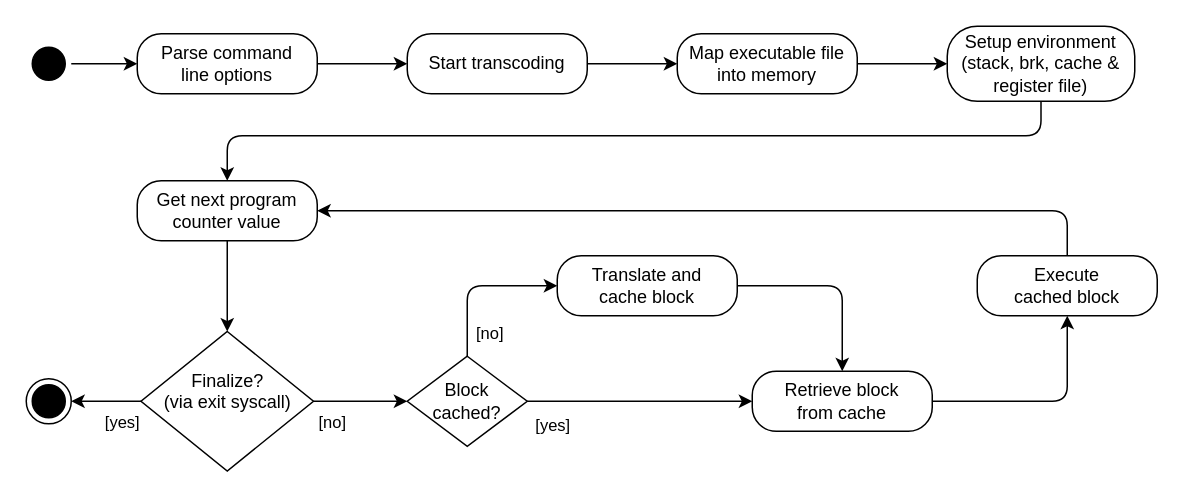
Above: documentation/intermediate/diagrams/strategy.drawio in ria-jit/ria-jit (draw.io), before the change. Source tidied: cells renumbered, new cells numbered last; positions are measured from the earlier drawing's top-left corner, leaving out a move shared by most shapes. Both pictures are drawn from the tidied source at 150%, with x=0, y=0 at pixel (26, 26).
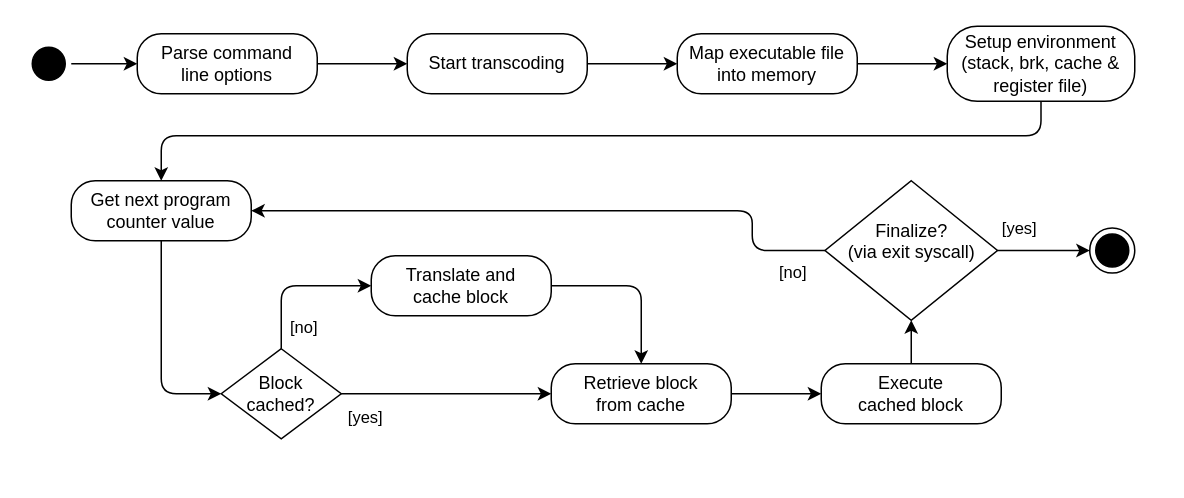
The same page after the edit.

Commit message (it also covers changes not shown here):
reword activity diagram as do..while loop

The change refers to these unchanged cells:
```xml
<mxCell id="11" value="Setup environment (stack, brk, cache &amp;amp; register file)" style="rounded=1;whiteSpace=wrap;html=1;arcSize=40;" parent="1" vertex="1">
  <mxGeometry x="614" width="125" height="50" as="geometry" />
</mxCell>
```

What changed in the source:
```diff
@@
     <mxCell id="10" style="edgeStyle=orthogonalEdgeStyle;rounded=1;jettySize=auto;html=1;entryX=0.5;entryY=0;entryDx=0;entryDy=0;" parent="1" edge="1" source="11" target="19">
       <mxGeometry relative="1" as="geometry">
         <Array as="points">
           <mxPoint x="677" y="73" />
-          <mxPoint x="134" y="73" />
+          <mxPoint x="90" y="73" />
         </Array>
       </mxGeometry>
     </mxCell>
@@
-    <mxCell id="12" style="edgeStyle=orthogonalEdgeStyle;rounded=1;jettySize=auto;html=1;entryX=0;entryY=0.5;entryDx=0;entryDy=0;" parent="1" edge="1" source="16" target="26">
-      <mxGeometry relative="1" as="geometry" />
-    </mxCell>
+    <mxCell id="31" style="edgeStyle=orthogonalEdgeStyle;jettySize=auto;html=1;entryX=1;entryY=0.5;entryDx=0;entryDy=0;rounded=1;" parent="1" edge="1" source="16" target="19">
+      <mxGeometry relative="1" as="geometry">
+        <Array as="points">
+          <mxPoint x="484" y="150" />
+          <mxPoint x="484" y="123" />
+        </Array>
+      </mxGeometry>
+    </mxCell>
-    <mxCell id="13" value="[no]" style="edgeLabel;html=1;align=center;verticalAlign=middle;" parent="12" vertex="1">
-      <mxGeometry x="-0.55" y="-2" relative="1" as="geometry">
-        <mxPoint x="-1.8" y="11" as="offset" />
+    <mxCell id="13" value="[no]" style="edgeLabel;html=1;align=center;verticalAlign=middle;" parent="31" vertex="1">
+      <mxGeometry x="-0.9" y="1" relative="1" as="geometry">
+        <mxPoint x="-2" y="12.5" as="offset" />
       </mxGeometry>
     </mxCell>
-    <mxCell id="14" style="edgeStyle=orthogonalEdgeStyle;rounded=1;jettySize=auto;html=1;" parent="1" edge="1" source="16" target="17">
+    <mxCell id="14" style="edgeStyle=orthogonalEdgeStyle;rounded=1;jettySize=auto;html=1;entryX=0;entryY=0.5;entryDx=0;entryDy=0;" parent="1" edge="1" source="16" target="17">
       <mxGeometry relative="1" as="geometry" />
     </mxCell>
     <mxCell id="15" value="[yes]" style="edgeLabel;html=1;align=center;verticalAlign=middle;" parent="14" vertex="1">
-      <mxGeometry x="-0.43" relative="1" as="geometry">
-        <mxPoint y="13" as="offset" />
+      <mxGeometry x="-0.56" y="3" relative="1" as="geometry">
+        <mxPoint y="-12" as="offset" />
       </mxGeometry>
     </mxCell>
-    <mxCell id="16" value="Finalize?&lt;br&gt;(via exit syscall)" style="rhombus;whiteSpace=wrap;html=1;labelPosition=center;verticalLabelPosition=middle;align=center;verticalAlign=top;spacingTop=19;" parent="1" vertex="1">
-      <mxGeometry x="76.5" y="203.5" width="115" height="93" as="geometry" />
+    <mxCell id="16" value="Finalize?&lt;br&gt;(via exit syscall)" style="rhombus;whiteSpace=wrap;html=1;labelPosition=center;verticalLabelPosition=middle;align=center;verticalAlign=top;spacingTop=20;" parent="1" vertex="1">
+      <mxGeometry x="532.5" y="103" width="115" height="93" as="geometry" />
     </mxCell>
     <mxCell id="17" style="ellipse;html=1;shape=endState;fillColor=#000000;" parent="1" vertex="1">
-      <mxGeometry y="235" width="30" height="30" as="geometry" />
+      <mxGeometry x="709" y="134.5" width="30" height="30" as="geometry" />
     </mxCell>
-    <mxCell id="18" style="edgeStyle=orthogonalEdgeStyle;rounded=1;jettySize=auto;html=1;entryX=0.5;entryY=0;entryDx=0;entryDy=0;" parent="1" edge="1" source="19" target="16">
-      <mxGeometry relative="1" as="geometry" />
+    <mxCell id="18" style="edgeStyle=orthogonalEdgeStyle;rounded=1;jettySize=auto;html=1;entryX=0;entryY=0.5;entryDx=0;entryDy=0;" parent="1" edge="1" source="19" target="26">
+      <mxGeometry relative="1" as="geometry">
+        <Array as="points">
+          <mxPoint x="90" y="245" />
+        </Array>
+      </mxGeometry>
     </mxCell>
     <mxCell id="19" value="Get next program counter value" style="rounded=1;whiteSpace=wrap;html=1;arcSize=40;" parent="1" vertex="1">
-      <mxGeometry x="74" y="103" width="120" height="40" as="geometry" />
+      <mxGeometry x="30" y="103" width="120" height="40" as="geometry" />
     </mxCell>
-    <mxCell id="20" style="edgeStyle=orthogonalEdgeStyle;rounded=1;jettySize=auto;html=1;entryX=0.5;entryY=1;entryDx=0;entryDy=0;" parent="1" edge="1" source="21" target="30">
+    <mxCell id="20" style="edgeStyle=orthogonalEdgeStyle;rounded=1;jettySize=auto;html=1;entryX=0;entryY=0.5;entryDx=0;entryDy=0;" parent="1" edge="1" source="21" target="30">
       <mxGeometry relative="1" as="geometry" />
     </mxCell>
     <mxCell id="21" value="Retrieve block&lt;br&gt;from cache" style="rounded=1;whiteSpace=wrap;html=1;arcSize=40;" parent="1" vertex="1">
-      <mxGeometry x="484" y="230" width="120" height="40" as="geometry" />
+      <mxGeometry x="350" y="225" width="120" height="40" as="geometry" />
     </mxCell>
@@
     <mxCell id="26" value="Block cached?" style="rhombus;whiteSpace=wrap;html=1;" parent="1" vertex="1">
-      <mxGeometry x="254" y="220" width="80" height="60" as="geometry" />
+      <mxGeometry x="130" y="215" width="80" height="60" as="geometry" />
     </mxCell>
-    <mxCell id="27" style="edgeStyle=orthogonalEdgeStyle;rounded=1;jettySize=auto;html=1;entryX=0.5;entryY=0;entryDx=0;entryDy=0;" parent="1" edge="1" source="28" target="21">
+    <mxCell id="27" style="edgeStyle=orthogonalEdgeStyle;rounded=1;jettySize=auto;html=1;entryX=0.5;entryY=0;entryDx=0;entryDy=0;exitX=1;exitY=0.5;exitDx=0;exitDy=0;" parent="1" edge="1" source="28" target="21">
       <mxGeometry relative="1" as="geometry" />
     </mxCell>
     <mxCell id="28" value="Translate and&lt;br&gt;cache block" style="rounded=1;whiteSpace=wrap;html=1;arcSize=40;" parent="1" vertex="1">
-      <mxGeometry x="354" y="153" width="120" height="40" as="geometry" />
+      <mxGeometry x="230" y="153" width="120" height="40" as="geometry" />
     </mxCell>
-    <mxCell id="29" style="edgeStyle=orthogonalEdgeStyle;rounded=1;jettySize=auto;html=1;entryX=1;entryY=0.5;entryDx=0;entryDy=0;" parent="1" edge="1" source="30" target="19">
-      <mxGeometry relative="1" as="geometry">
-        <Array as="points">
-          <mxPoint x="694" y="123" />
-        </Array>
-      </mxGeometry>
-    </mxCell>
+    <mxCell id="32" style="edgeStyle=orthogonalEdgeStyle;rounded=1;jettySize=auto;html=1;entryX=0.5;entryY=1;entryDx=0;entryDy=0;" parent="1" edge="1" source="30" target="16">
+      <mxGeometry relative="1" as="geometry" />
+    </mxCell>
     <mxCell id="30" value="Execute&lt;br&gt;cached block" style="rounded=1;whiteSpace=wrap;html=1;arcSize=40;" parent="1" vertex="1">
-      <mxGeometry x="634" y="153" width="120" height="40" as="geometry" />
+      <mxGeometry x="530" y="225" width="120" height="40" as="geometry" />
     </mxCell>
```
